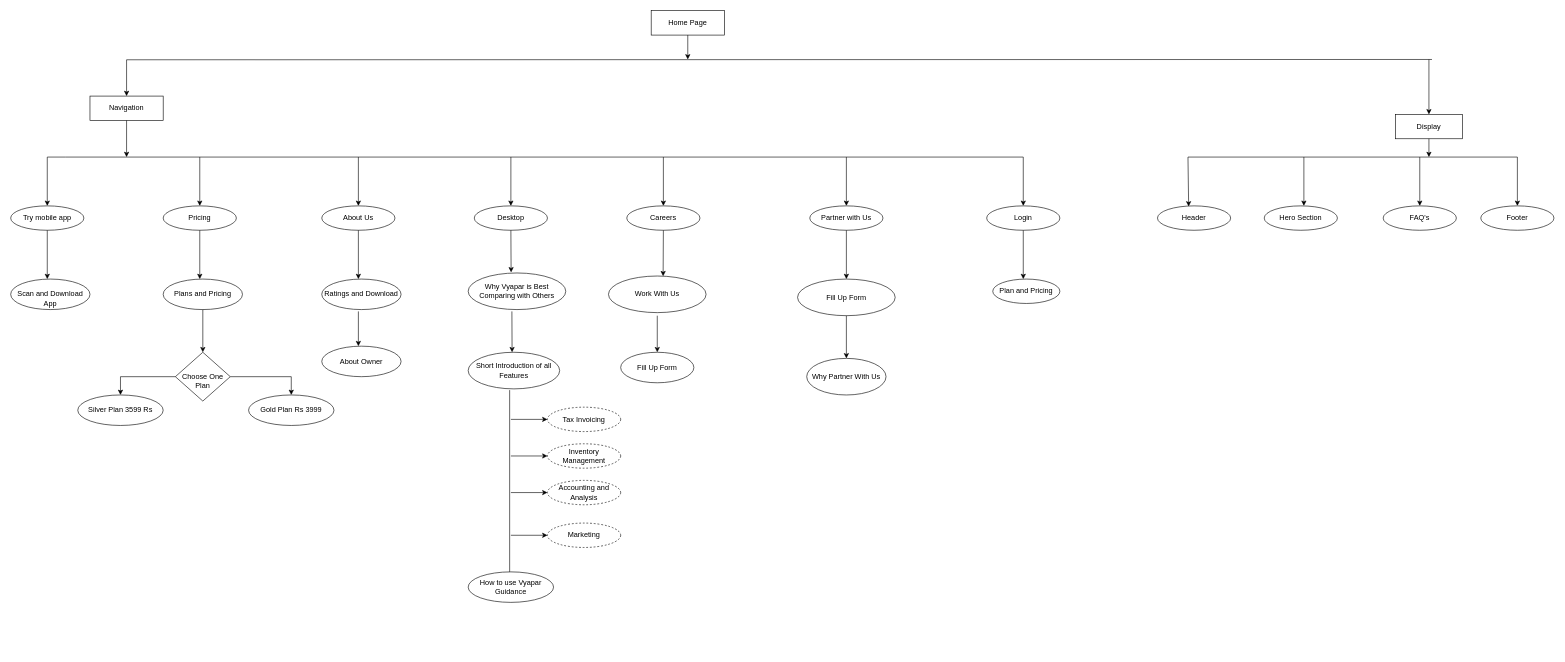
Ritesh231/Coding-Practice keeps this draw.io diagram as VYAPAR.drawio. Above is the earlier version. Source tidied: cells renumbered, new cells numbered last; positions are measured from the earlier drawing's top-left corner, leaving out a move shared by most shapes. Both pictures are drawn from the tidied source at 61%, with x=0, y=0 at pixel (10, 10).
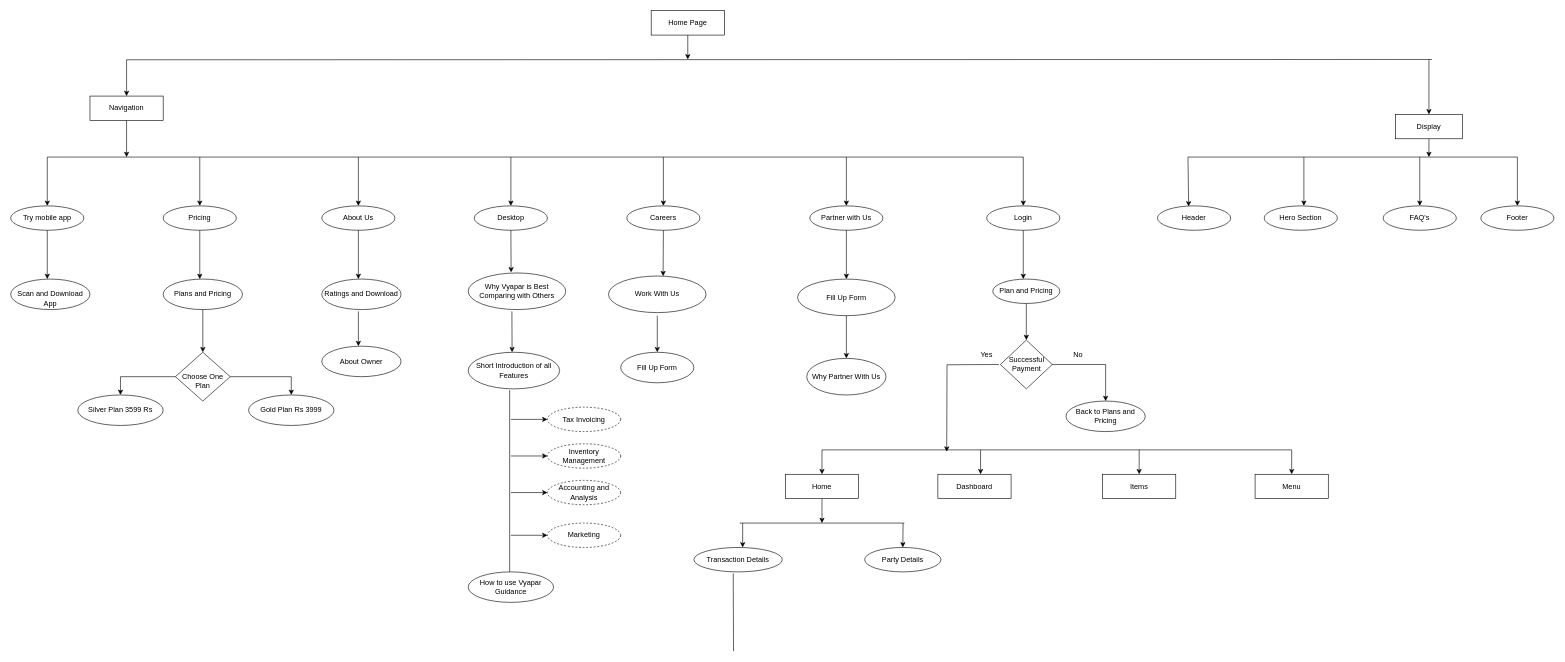
The same diagram, later.

The change refers to these unchanged cells:
```xml
<mxCell id="71" value="Plan and Pricing" style="ellipse;whiteSpace=wrap;html=1;" parent="1" vertex="1">
  <mxGeometry x="1610" y="440" width="110" height="40" as="geometry" />
</mxCell>
```

Diff of the diagram source:
```diff
@@
+    <mxCell id="72" value="&lt;div&gt;Successful&lt;/div&gt;&lt;div&gt;Payment&lt;br&gt;&lt;/div&gt;" style="rhombus;whiteSpace=wrap;html=1;" parent="1" vertex="1">
+      <mxGeometry x="1622.5" y="540" width="85" height="80" as="geometry" />
+    </mxCell>
+    <mxCell id="73" style="endArrow=classic;html=1;rounded=0;exitX=0.5;exitY=1;exitDx=0;exitDy=0;entryX=0.5;entryY=0;entryDx=0;entryDy=0;" parent="1" edge="1" source="71" target="72">
+      <mxGeometry relative="1" as="geometry" />
+    </mxCell>
+    <mxCell id="74" style="endArrow=classic;html=1;rounded=0;entryX=0.434;entryY=0.06;entryDx=0;entryDy=0;entryPerimeter=0;edgeStyle=orthogonalEdgeStyle;" parent="1" edge="1">
+      <mxGeometry relative="1" as="geometry">
+        <mxPoint x="1620" y="580" as="sourcePoint" />
+        <mxPoint x="1534.5" y="723" as="targetPoint" />
+      </mxGeometry>
+    </mxCell>
+    <mxCell id="75" style="endArrow=classic;html=1;rounded=0;exitX=1;exitY=0.5;exitDx=0;exitDy=0;edgeStyle=orthogonalEdgeStyle;" parent="1" edge="1" source="72" target="76">
+      <mxGeometry relative="1" as="geometry" />
+    </mxCell>
+    <mxCell id="76" value="Back to Plans and Pricing" style="ellipse;whiteSpace=wrap;html=1;" parent="1" vertex="1">
+      <mxGeometry x="1730" y="640" width="130" height="50" as="geometry" />
+    </mxCell>
+    <mxCell id="77" value="No" style="text;html=1;align=center;verticalAlign=middle;whiteSpace=wrap;rounded=0;" parent="1" vertex="1">
+      <mxGeometry x="1720" y="550" width="60" height="30" as="geometry" />
+    </mxCell>
+    <mxCell id="78" value="Yes" style="text;html=1;align=center;verticalAlign=middle;whiteSpace=wrap;rounded=0;" parent="1" vertex="1">
+      <mxGeometry x="1570" y="550" width="60" height="30" as="geometry" />
+    </mxCell>
+    <mxCell id="79" style="endArrow=none;html=1;rounded=0;" parent="1" edge="1">
+      <mxGeometry relative="1" as="geometry">
+        <mxPoint x="1330" y="720" as="sourcePoint" />
+        <mxPoint x="2100" y="720" as="targetPoint" />
+      </mxGeometry>
+    </mxCell>
+    <mxCell id="80" style="endArrow=classic;html=1;rounded=0;" parent="1" edge="1">
+      <mxGeometry relative="1" as="geometry">
+        <mxPoint x="1330" y="720" as="sourcePoint" />
+        <mxPoint x="1330" y="760" as="targetPoint" />
+      </mxGeometry>
+    </mxCell>
+    <mxCell id="81" value="Home" style="rounded=0;whiteSpace=wrap;html=1;" parent="1" vertex="1">
+      <mxGeometry x="1270" y="760" width="120" height="40" as="geometry" />
+    </mxCell>
+    <mxCell id="82" value="Dashboard" style="rounded=0;whiteSpace=wrap;html=1;" parent="1" vertex="1">
+      <mxGeometry x="1520" y="760" width="120" height="40" as="geometry" />
+    </mxCell>
+    <mxCell id="83" value="Items" style="rounded=0;whiteSpace=wrap;html=1;" parent="1" vertex="1">
+      <mxGeometry x="1790" y="760" width="120" height="40" as="geometry" />
+    </mxCell>
+    <mxCell id="84" value="Menu" style="rounded=0;whiteSpace=wrap;html=1;" parent="1" vertex="1">
+      <mxGeometry x="2040" y="760" width="120" height="40" as="geometry" />
+    </mxCell>
+    <mxCell id="85" style="endArrow=classic;html=1;rounded=0;" parent="1" edge="1">
+      <mxGeometry relative="1" as="geometry">
+        <mxPoint x="1590" y="720" as="sourcePoint" />
+        <mxPoint x="1590" y="760" as="targetPoint" />
+      </mxGeometry>
+    </mxCell>
+    <mxCell id="86" style="endArrow=classic;html=1;rounded=0;entryX=0.5;entryY=0;entryDx=0;entryDy=0;" parent="1" edge="1" target="83">
+      <mxGeometry relative="1" as="geometry">
+        <mxPoint x="1850" y="720" as="sourcePoint" />
+      </mxGeometry>
+    </mxCell>
+    <mxCell id="87" style="endArrow=classic;html=1;rounded=0;entryX=0.5;entryY=0;entryDx=0;entryDy=0;" parent="1" edge="1" target="84">
+      <mxGeometry relative="1" as="geometry">
+        <mxPoint x="2100" y="720" as="sourcePoint" />
+      </mxGeometry>
+    </mxCell>
+    <mxCell id="88" style="endArrow=classic;html=1;rounded=0;exitX=0.5;exitY=1;exitDx=0;exitDy=0;" parent="1" edge="1" source="81">
+      <mxGeometry relative="1" as="geometry">
+        <mxPoint x="1330" y="840" as="targetPoint" />
+      </mxGeometry>
+    </mxCell>
+    <mxCell id="89" style="endArrow=none;html=1;rounded=0;" parent="1" edge="1">
+      <mxGeometry relative="1" as="geometry">
+        <mxPoint x="1195" y="840" as="sourcePoint" />
+        <mxPoint x="1465" y="840" as="targetPoint" />
+      </mxGeometry>
+    </mxCell>
+    <mxCell id="90" style="endArrow=classic;html=1;rounded=0;" parent="1" edge="1">
+      <mxGeometry relative="1" as="geometry">
+        <mxPoint x="1200" y="840" as="sourcePoint" />
+        <mxPoint x="1200" y="880" as="targetPoint" />
+      </mxGeometry>
+    </mxCell>
+    <mxCell id="91" value="Transaction Details" style="ellipse;whiteSpace=wrap;html=1;" parent="1" vertex="1">
+      <mxGeometry x="1120" y="880" width="145" height="40" as="geometry" />
+    </mxCell>
+    <mxCell id="92" value="Party Details" style="ellipse;whiteSpace=wrap;html=1;" parent="1" vertex="1">
+      <mxGeometry x="1400" y="880" width="125" height="40" as="geometry" />
+    </mxCell>
+    <mxCell id="93" style="endArrow=classic;html=1;rounded=0;" parent="1" edge="1" target="92">
+      <mxGeometry relative="1" as="geometry">
+        <mxPoint x="1463" y="840" as="sourcePoint" />
+      </mxGeometry>
+    </mxCell>
+    <mxCell id="94" style="endArrow=none;html=1;rounded=0;exitX=0.445;exitY=1.061;exitDx=0;exitDy=0;exitPerimeter=0;" parent="1" edge="1" source="91">
+      <mxGeometry relative="1" as="geometry">
+        <mxPoint x="1185" y="1050" as="targetPoint" />
+      </mxGeometry>
+    </mxCell>
```
